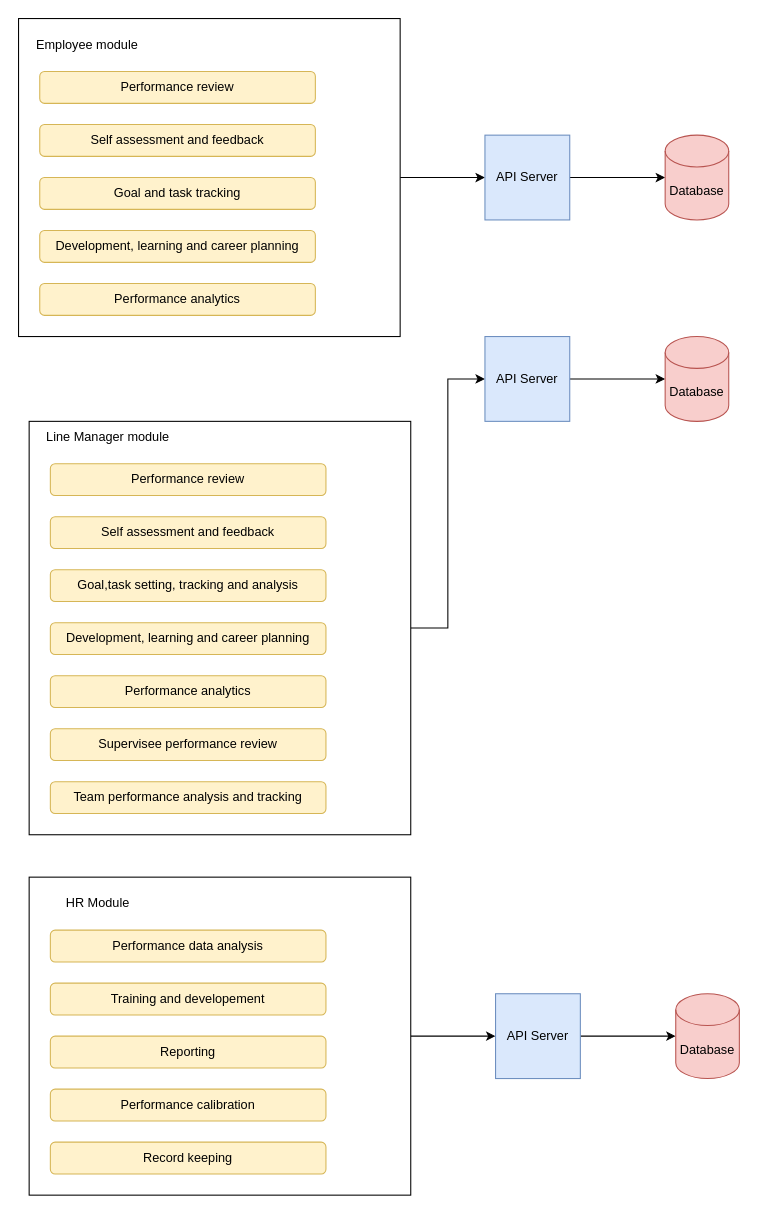
Earlier version of the draw.io diagram PMS employee module.drawio (JohnMugambi/Files). Source tidied: cells renumbered, new cells numbered last; positions are measured from the earlier drawing's top-left corner, leaving out a move shared by most shapes. Both pictures are drawn from the tidied source at 106%, with x=0, y=0 at pixel (18, 18).
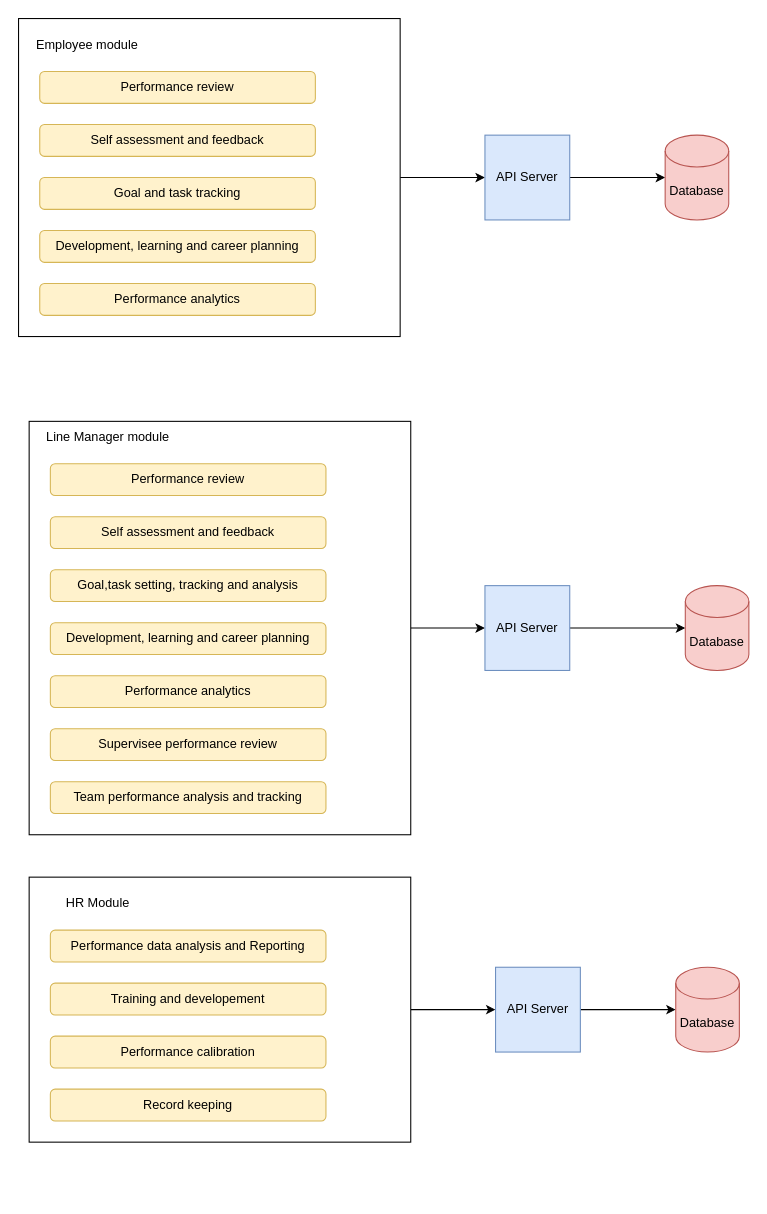
Above is the later version.

The edit, as a diff of the source:
```diff
@@
     <mxCell id="15" value="API Server" style="whiteSpace=wrap;html=1;fillColor=#dae8fc;strokeColor=#6c8ebf;" parent="1" vertex="1">
-      <mxGeometry x="440" y="300" width="80" height="80" as="geometry" />
+      <mxGeometry x="440" y="535" width="80" height="80" as="geometry" />
     </mxCell>
     <mxCell id="16" value="Database" style="shape=cylinder3;whiteSpace=wrap;html=1;boundedLbl=1;backgroundOutline=1;size=15;fillColor=#f8cecc;strokeColor=#b85450;" parent="1" vertex="1">
-      <mxGeometry x="610" y="300" width="60" height="80" as="geometry" />
+      <mxGeometry x="629" y="535" width="60" height="80" as="geometry" />
     </mxCell>
@@
     <mxCell id="27" style="rounded=0;whiteSpace=wrap;html=1;" parent="1" vertex="1">
-      <mxGeometry x="10" y="810" width="360" height="300" as="geometry" />
+      <mxGeometry x="10" y="810" width="360" height="250" as="geometry" />
     </mxCell>
@@
-    <mxCell id="29" value="Performance data analysis" style="rounded=1;whiteSpace=wrap;html=1;fillColor=#fff2cc;strokeColor=#d6b656;" parent="1" vertex="1">
+    <mxCell id="29" value="Performance data analysis and Reporting" style="rounded=1;whiteSpace=wrap;html=1;fillColor=#fff2cc;strokeColor=#d6b656;" parent="1" vertex="1">
       <mxGeometry x="30" y="860" width="260" height="30" as="geometry" />
     </mxCell>
@@
-    <mxCell id="31" value="Reporting" style="rounded=1;whiteSpace=wrap;html=1;fillColor=#fff2cc;strokeColor=#d6b656;" parent="1" vertex="1">
-      <mxGeometry x="30" y="960" width="260" height="30" as="geometry" />
-    </mxCell>
@@
     <mxCell id="33" value="API Server" style="whiteSpace=wrap;html=1;fillColor=#dae8fc;strokeColor=#6c8ebf;" parent="1" vertex="1">
-      <mxGeometry x="450" y="920" width="80" height="80" as="geometry" />
+      <mxGeometry x="450" y="895" width="80" height="80" as="geometry" />
     </mxCell>
     <mxCell id="34" value="Database" style="shape=cylinder3;whiteSpace=wrap;html=1;boundedLbl=1;backgroundOutline=1;size=15;fillColor=#f8cecc;strokeColor=#b85450;" parent="1" vertex="1">
-      <mxGeometry x="620" y="920" width="60" height="80" as="geometry" />
+      <mxGeometry x="620" y="895" width="60" height="80" as="geometry" />
     </mxCell>
     <mxCell id="35" value="Performance calibration" style="rounded=1;whiteSpace=wrap;html=1;fillColor=#fff2cc;strokeColor=#d6b656;" parent="1" vertex="1">
-      <mxGeometry x="30" y="1010" width="260" height="30" as="geometry" />
+      <mxGeometry x="30" y="960" width="260" height="30" as="geometry" />
     </mxCell>
     <mxCell id="36" value="Record keeping" style="rounded=1;whiteSpace=wrap;html=1;fillColor=#fff2cc;strokeColor=#d6b656;" parent="1" vertex="1">
-      <mxGeometry x="30" y="1060" width="260" height="30" as="geometry" />
+      <mxGeometry x="30" y="1010" width="260" height="30" as="geometry" />
     </mxCell>
```
